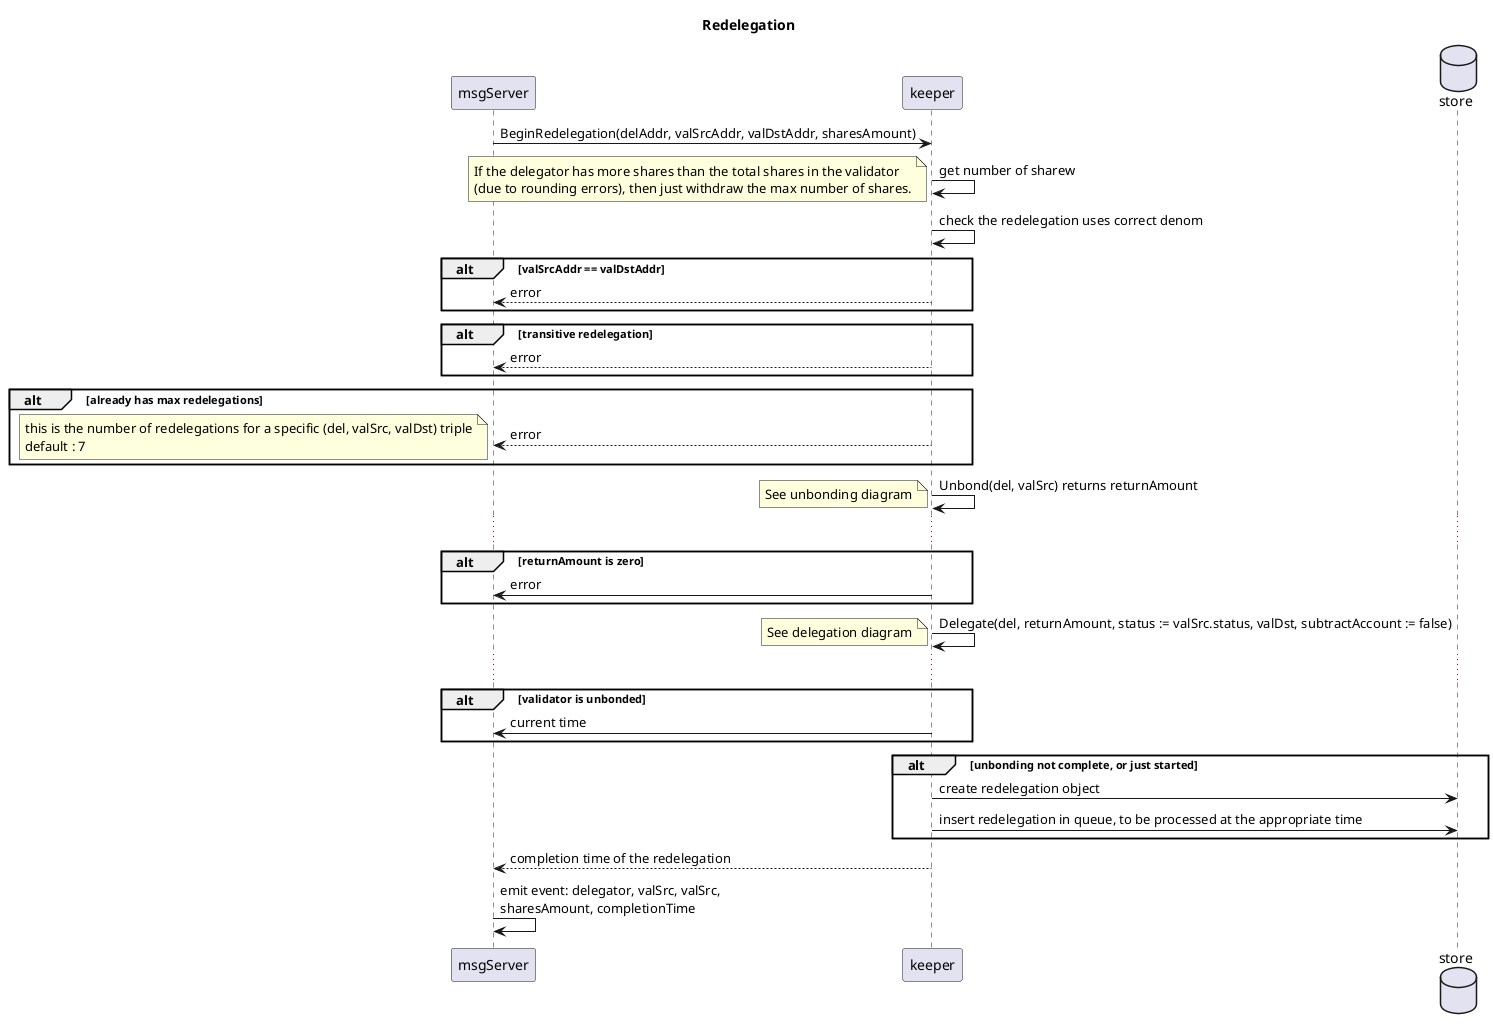
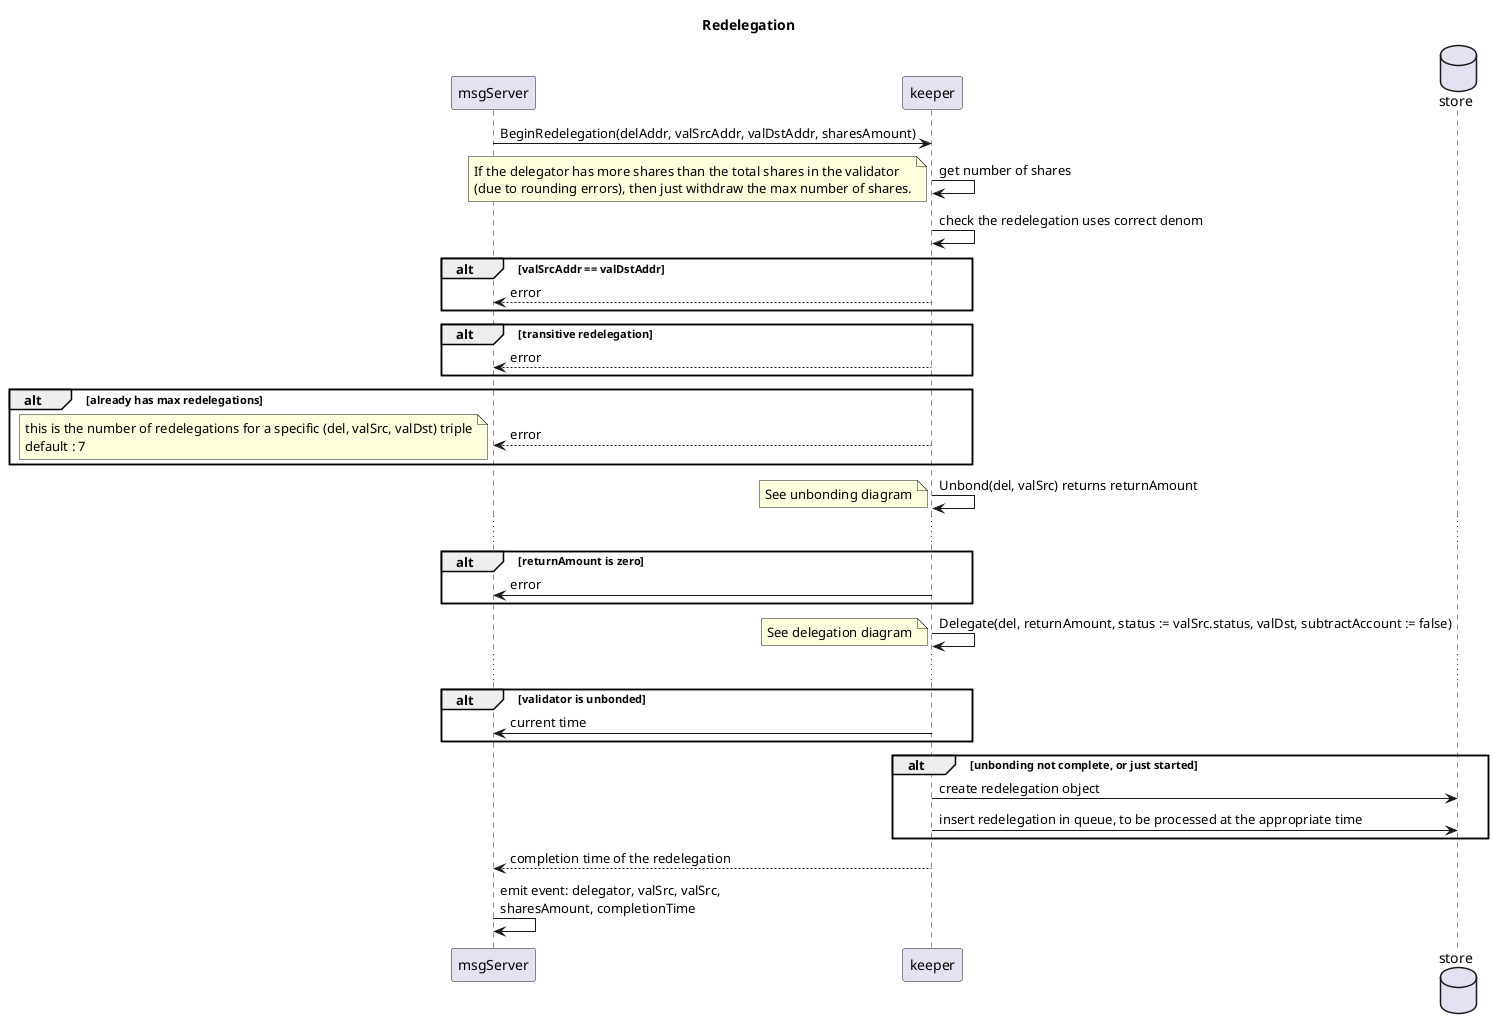
@startuml
'https://plantuml.com/sequence-diagram

title: Redelegation

msgServer -> keeper : BeginRedelegation(delAddr, valSrcAddr, valDstAddr, sharesAmount)
participant  "keeper (staking)" as keeper
- keeper -> keeper : get number of sharew
+ keeper -> keeper : get number of shares
note left: If the delegator has more shares than the total shares in the validator\n(due to rounding errors), then just withdraw the max number of shares.
keeper -> keeper : check the redelegation uses correct denom

alt valSrcAddr == valDstAddr
  keeper --> msgServer : error
end
alt transitive redelegation
  keeper --> msgServer : error
end
alt already has max redelegations
  keeper --> msgServer : error
  note left : this is the number of redelegations for a specific (del, valSrc, valDst) triple\ndefault : 7
end


keeper -> keeper : Unbond(del, valSrc) returns returnAmount
...
note left : See unbonding diagram

alt returnAmount is zero
keeper -> msgServer : error
end

keeper -> keeper : Delegate(del, returnAmount, status := valSrc.status, valDst, subtractAccount := false)
note left : See delegation diagram
...

alt validator is unbonded
    keeper -> msgServer : current time
end

alt unbonding not complete, or just started
    database store
    keeper -> store : create redelegation object
    keeper -> store : insert redelegation in queue, to be processed at the appropriate time
end

msgServer <-- keeper : completion time of the redelegation
msgServer -> msgServer : emit event: delegator, valSrc, valSrc,\nsharesAmount, completionTime

@enduml

